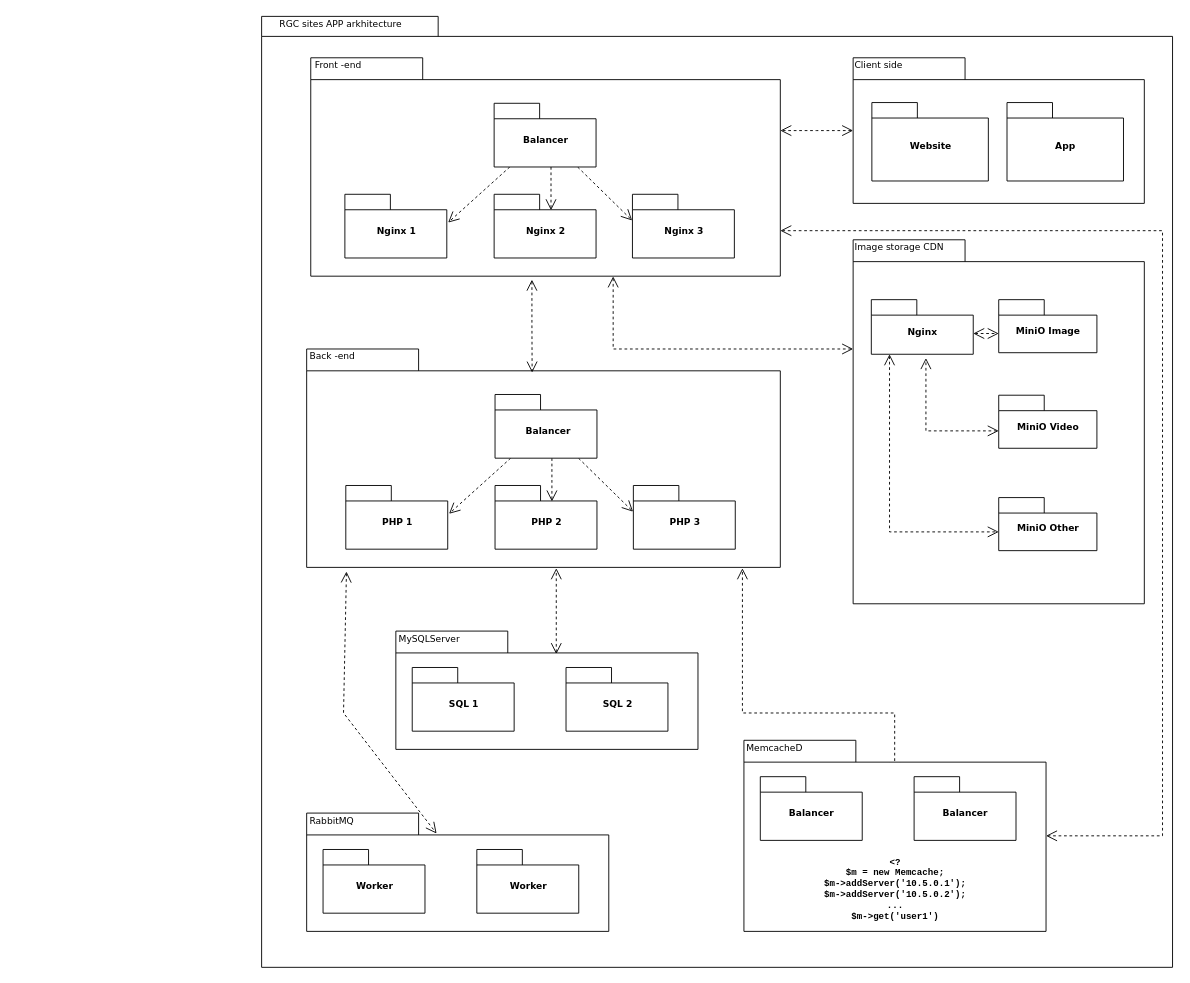
The draw.io diagram arkhitecture RGC sites system.drawio in xxipocima/TestPHPGenesis, before the edit. Source tidied: cells renumbered, new cells numbered last; positions are measured from the earlier drawing's top-left corner, leaving out a move shared by most shapes. Both pictures are drawn from the tidied source at 91%, with x=0, y=0 at pixel (261, 15).
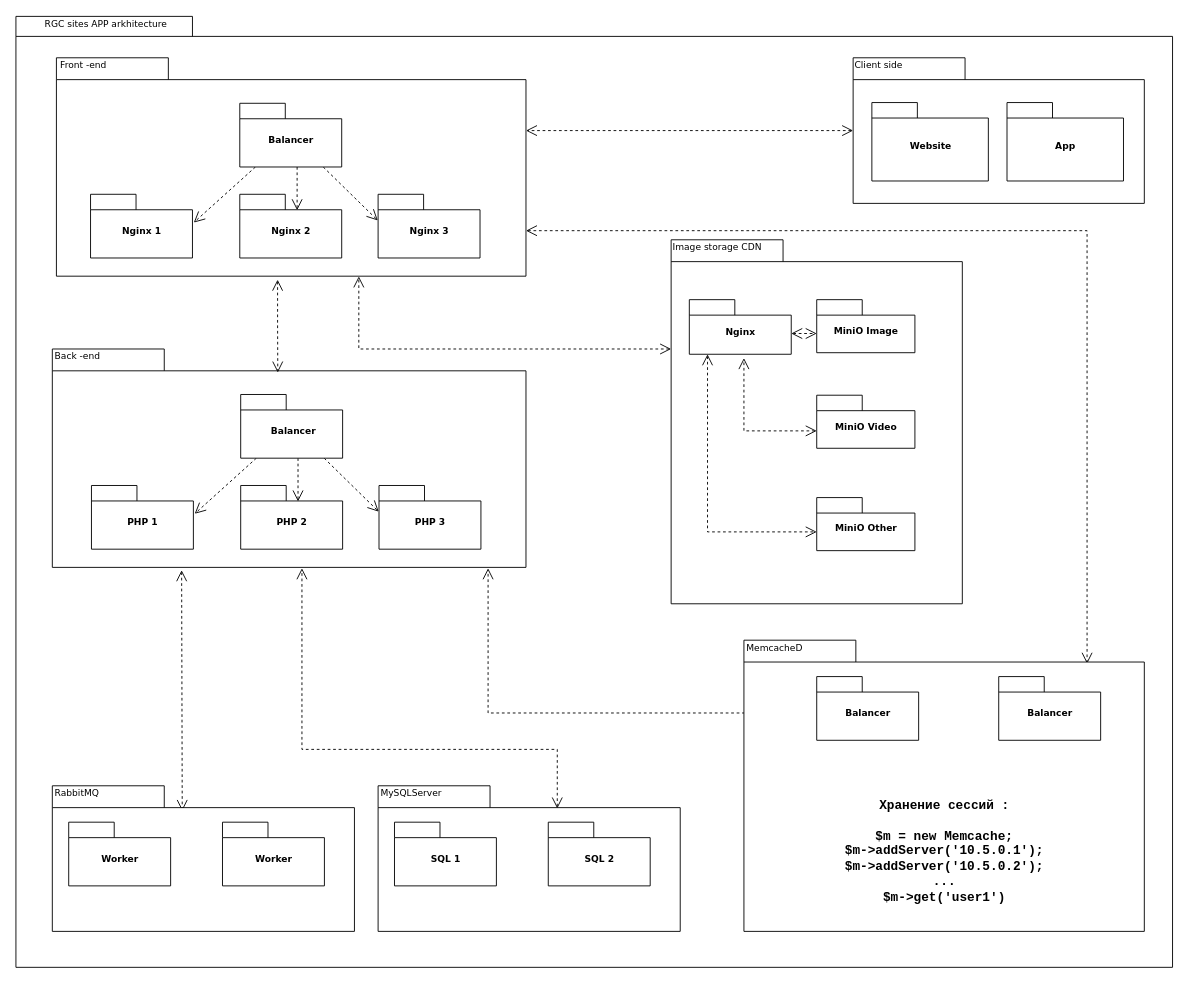
The same page after the edit.

Diff of the diagram source:
```diff
@@
     <mxCell id="2" style="shape=folder;fontStyle=1;spacingTop=10;tabWidth=194;tabHeight=22;tabPosition=left;html=1;rounded=0;shadow=0;comic=0;labelBackgroundColor=none;strokeWidth=1;fillColor=none;fontFamily=Verdana;fontSize=10;align=center;" parent="1" vertex="1">
-      <mxGeometry y="0.5" width="1001" height="1045" as="geometry" />
+      <mxGeometry x="-270" y="0.5" width="1271" height="1045" as="geometry" />
     </mxCell>
     <mxCell id="3" style="group;" parent="1" vertex="1">
-      <mxGeometry x="650" y="246" width="320" height="400" as="geometry" />
+      <mxGeometry x="450" y="246" width="320" height="400" as="geometry" />
     </mxCell>
@@
-    <mxCell id="14" style="edgeStyle=none;rounded=0;html=1;entryX=0.43;entryY=0.173;entryPerimeter=0;dashed=1;labelBackgroundColor=none;startFill=0;endArrow=open;endFill=0;endSize=10;fontFamily=Verdana;fontSize=10;exitX=0.084;exitY=1.019;exitDx=0;exitDy=0;exitPerimeter=0;startArrow=open;startSize=10;" parent="1" edge="1" source="15" target="23">
-      <mxGeometry relative="1" as="geometry">
-        <Array as="points">
-          <mxPoint x="90" y="766" />
-        </Array>
-      </mxGeometry>
+    <mxCell id="14" style="edgeStyle=none;rounded=0;html=1;entryX=0.43;entryY=0.173;entryPerimeter=0;dashed=1;labelBackgroundColor=none;startFill=0;endArrow=open;endFill=0;endSize=10;fontFamily=Verdana;fontSize=10;exitX=0.273;exitY=1.013;exitDx=0;exitDy=0;exitPerimeter=0;startArrow=open;startSize=10;" parent="1" edge="1" source="15" target="23">
+      <mxGeometry relative="1" as="geometry" />
     </mxCell>
     <mxCell id="15" style="shape=folder;fontStyle=1;spacingTop=10;tabWidth=123;tabHeight=24;tabPosition=left;html=1;rounded=0;shadow=0;comic=0;labelBackgroundColor=none;strokeColor=#000000;strokeWidth=1;fillColor=#ffffff;fontFamily=Verdana;fontSize=10;fontColor=#000000;align=center;" parent="1" vertex="1">
-      <mxGeometry x="49.5" y="366" width="520.5" height="240" as="geometry" />
+      <mxGeometry x="-230" y="366" width="520.5" height="240" as="geometry" />
     </mxCell>
@@
     <mxCell id="19" value="&lt;div&gt;&amp;nbsp;Balancer&lt;/div&gt;" style="shape=folder;fontStyle=1;spacingTop=10;tabWidth=50;tabHeight=17;tabPosition=left;html=1;rounded=0;shadow=0;comic=0;labelBackgroundColor=none;strokeColor=#000000;strokeWidth=1;fillColor=#ffffff;fontFamily=Verdana;fontSize=10;fontColor=#000000;align=center;" parent="1" vertex="1">
-      <mxGeometry x="256.5" y="416" width="112" height="70" as="geometry" />
+      <mxGeometry x="-23" y="416" width="112" height="70" as="geometry" />
     </mxCell>
     <mxCell id="20" value="PHP 1" style="shape=folder;fontStyle=1;spacingTop=10;tabWidth=50;tabHeight=17;tabPosition=left;html=1;rounded=0;shadow=0;comic=0;labelBackgroundColor=none;strokeColor=#000000;strokeWidth=1;fillColor=#ffffff;fontFamily=Verdana;fontSize=10;fontColor=#000000;align=center;" parent="1" vertex="1">
-      <mxGeometry x="92.5" y="516" width="112" height="70" as="geometry" />
+      <mxGeometry x="-187" y="516" width="112" height="70" as="geometry" />
     </mxCell>
     <mxCell id="21" value="PHP 2" style="shape=folder;fontStyle=1;spacingTop=10;tabWidth=50;tabHeight=17;tabPosition=left;html=1;rounded=0;shadow=0;comic=0;labelBackgroundColor=none;strokeColor=#000000;strokeWidth=1;fillColor=#ffffff;fontFamily=Verdana;fontSize=10;fontColor=#000000;align=center;" parent="1" vertex="1">
-      <mxGeometry x="256.5" y="516" width="112" height="70" as="geometry" />
+      <mxGeometry x="-23" y="516" width="112" height="70" as="geometry" />
     </mxCell>
     <mxCell id="22" value="PHP 3" style="shape=folder;fontStyle=1;spacingTop=10;tabWidth=50;tabHeight=17;tabPosition=left;html=1;rounded=0;shadow=0;comic=0;labelBackgroundColor=none;strokeColor=#000000;strokeWidth=1;fillColor=#ffffff;fontFamily=Verdana;fontSize=10;fontColor=#000000;align=center;" parent="1" vertex="1">
-      <mxGeometry x="408.5" y="516" width="112" height="70" as="geometry" />
+      <mxGeometry x="129" y="516" width="112" height="70" as="geometry" />
     </mxCell>
     <mxCell id="23" style="shape=folder;fontStyle=1;spacingTop=10;tabWidth=123;tabHeight=24;tabPosition=left;html=1;rounded=0;shadow=0;comic=0;labelBackgroundColor=none;strokeWidth=1;fontFamily=Verdana;fontSize=10;align=center;" parent="1" vertex="1">
-      <mxGeometry x="49.5" y="876" width="332" height="130" as="geometry" />
+      <mxGeometry x="-230" y="846" width="332" height="160" as="geometry" />
     </mxCell>
     <mxCell id="24" value="Worker" style="shape=folder;fontStyle=1;spacingTop=10;tabWidth=50;tabHeight=17;tabPosition=left;html=1;rounded=0;shadow=0;comic=0;labelBackgroundColor=none;strokeWidth=1;fontFamily=Verdana;fontSize=10;align=center;" parent="1" vertex="1">
-      <mxGeometry x="67.5" y="916" width="112" height="70" as="geometry" />
+      <mxGeometry x="-212" y="886" width="112" height="70" as="geometry" />
     </mxCell>
     <mxCell id="25" value="Worker" style="shape=folder;fontStyle=1;spacingTop=10;tabWidth=50;tabHeight=17;tabPosition=left;html=1;rounded=0;shadow=0;comic=0;labelBackgroundColor=none;strokeWidth=1;fontFamily=Verdana;fontSize=10;align=center;" parent="1" vertex="1">
-      <mxGeometry x="236.5" y="916" width="112" height="70" as="geometry" />
+      <mxGeometry x="-43" y="886" width="112" height="70" as="geometry" />
     </mxCell>
     <mxCell id="26" value="RGC sites APP arkhitecture" style="text;html=1;align=left;verticalAlign=top;spacingTop=-4;fontSize=10;fontFamily=Verdana;" parent="1" vertex="1">
-      <mxGeometry x="17.5" y="0.5" width="130" height="20" as="geometry" />
+      <mxGeometry x="-240" y="0.5" width="130" height="20" as="geometry" />
     </mxCell>
     <mxCell id="27" value="Back -end" style="text;html=1;align=left;verticalAlign=top;spacingTop=-4;fontSize=10;fontFamily=Verdana;" parent="1" vertex="1">
-      <mxGeometry x="50.5" y="366" width="120" height="25.5" as="geometry" />
+      <mxGeometry x="-229" y="366" width="120" height="25.5" as="geometry" />
     </mxCell>
@@
     <mxCell id="34" style="edgeStyle=elbowEdgeStyle;rounded=0;jettySize=auto;elbow=vertical;html=1;entryX=0.476;entryY=0.108;entryDx=0;entryDy=0;entryPerimeter=0;dashed=1;endArrow=open;endFill=0;endSize=10;startArrow=open;startFill=0;targetPerimeterSpacing=0;exitX=0.471;exitY=1.016;exitDx=0;exitDy=0;exitPerimeter=0;startSize=10;" parent="1" edge="1" source="36" target="15">
       <mxGeometry relative="1" as="geometry">
         <Array as="points">
-          <mxPoint x="312" y="339" />
+          <mxPoint x="32.5" y="339" />
         </Array>
       </mxGeometry>
     </mxCell>
-    <mxCell id="35" style="edgeStyle=elbowEdgeStyle;rounded=0;jumpSize=10;jettySize=auto;elbow=vertical;html=1;dashed=1;startArrow=open;startFill=0;startSize=10;endArrow=open;endFill=0;endSize=10;targetPerimeterSpacing=0;strokeWidth=1;" parent="1" edge="1" source="36" target="48">
+    <mxCell id="35" style="edgeStyle=elbowEdgeStyle;rounded=0;jumpSize=10;jettySize=auto;elbow=vertical;html=1;dashed=1;startArrow=open;startFill=0;startSize=10;endArrow=open;endFill=0;endSize=10;targetPerimeterSpacing=0;strokeWidth=1;entryX=0.857;entryY=0.081;entryDx=0;entryDy=0;entryPerimeter=0;" parent="1" edge="1" source="36" target="48">
       <mxGeometry relative="1" as="geometry">
         <Array as="points">
+          <mxPoint x="870" y="236" />
           <mxPoint x="990" y="236" />
           <mxPoint x="910" y="866" />
           <mxPoint x="990" y="516" />
           <mxPoint x="600" y="226" />
           <mxPoint x="740" y="676" />
           <mxPoint x="740" y="226" />
           <mxPoint x="570" y="256" />
           <mxPoint x="650" y="686" />
           <mxPoint x="600" y="206" />
           <mxPoint x="560" y="356" />
         </Array>
       </mxGeometry>
     </mxCell>
     <mxCell id="36" style="shape=folder;fontStyle=1;spacingTop=10;tabWidth=123;tabHeight=24;tabPosition=left;html=1;rounded=0;shadow=0;comic=0;labelBackgroundColor=none;strokeColor=#000000;strokeWidth=1;fillColor=#ffffff;fontFamily=Verdana;fontSize=10;fontColor=#000000;align=center;" parent="1" vertex="1">
-      <mxGeometry x="54" y="46" width="516" height="240" as="geometry" />
+      <mxGeometry x="-225.5" y="46" width="516" height="240" as="geometry" />
     </mxCell>
@@
     <mxCell id="40" value="&lt;div&gt;Balancer&lt;/div&gt;" style="shape=folder;fontStyle=1;spacingTop=10;tabWidth=50;tabHeight=17;tabPosition=left;html=1;rounded=0;shadow=0;comic=0;labelBackgroundColor=none;strokeColor=#000000;strokeWidth=1;fillColor=#ffffff;fontFamily=Verdana;fontSize=10;fontColor=#000000;align=center;" parent="1" vertex="1">
-      <mxGeometry x="255.5" y="96" width="112" height="70" as="geometry" />
+      <mxGeometry x="-24" y="96" width="112" height="70" as="geometry" />
     </mxCell>
     <mxCell id="41" value="Nginx 1" style="shape=folder;fontStyle=1;spacingTop=10;tabWidth=50;tabHeight=17;tabPosition=left;html=1;rounded=0;shadow=0;comic=0;labelBackgroundColor=none;strokeColor=#000000;strokeWidth=1;fillColor=#ffffff;fontFamily=Verdana;fontSize=10;fontColor=#000000;align=center;" parent="1" vertex="1">
-      <mxGeometry x="91.5" y="196" width="112" height="70" as="geometry" />
+      <mxGeometry x="-188" y="196" width="112" height="70" as="geometry" />
     </mxCell>
     <mxCell id="42" value="Nginx 2" style="shape=folder;fontStyle=1;spacingTop=10;tabWidth=50;tabHeight=17;tabPosition=left;html=1;rounded=0;shadow=0;comic=0;labelBackgroundColor=none;strokeColor=#000000;strokeWidth=1;fillColor=#ffffff;fontFamily=Verdana;fontSize=10;fontColor=#000000;align=center;" parent="1" vertex="1">
-      <mxGeometry x="255.5" y="196" width="112" height="70" as="geometry" />
+      <mxGeometry x="-24" y="196" width="112" height="70" as="geometry" />
     </mxCell>
     <mxCell id="43" value="Nginx 3" style="shape=folder;fontStyle=1;spacingTop=10;tabWidth=50;tabHeight=17;tabPosition=left;html=1;rounded=0;shadow=0;comic=0;labelBackgroundColor=none;strokeColor=#000000;strokeWidth=1;fillColor=#ffffff;fontFamily=Verdana;fontSize=10;fontColor=#000000;align=center;" parent="1" vertex="1">
-      <mxGeometry x="407.5" y="196" width="112" height="70" as="geometry" />
+      <mxGeometry x="128" y="196" width="112" height="70" as="geometry" />
     </mxCell>
     <mxCell id="44" value="Front -end" style="text;html=1;align=left;verticalAlign=top;spacingTop=-4;fontSize=10;fontFamily=Verdana;" parent="1" vertex="1">
-      <mxGeometry x="56.5" y="46" width="120" height="25.5" as="geometry" />
+      <mxGeometry x="-223" y="46" width="120" height="25.5" as="geometry" />
     </mxCell>
@@
     <mxCell id="46" value="RabbitMQ" style="text;html=1;align=left;verticalAlign=top;spacingTop=-4;fontSize=10;fontFamily=Verdana;" parent="1" vertex="1">
-      <mxGeometry x="50.5" y="876" width="120" height="25.5" as="geometry" />
+      <mxGeometry x="-229" y="846" width="120" height="25.5" as="geometry" />
     </mxCell>
@@
-    <mxCell id="48" value="&lt;pre&gt;&lt;code&gt;&lt;br&gt;&lt;br&gt;&lt;br&gt;&lt;br&gt;&lt;br&gt;&lt;br&gt;&lt;br&gt;&lt;br&gt;&lt;br&gt;&amp;lt;?&lt;br/&gt;$m = new Memcache;&lt;br/&gt;$m-&amp;gt;addServer(&lt;b&gt;'10.5.0.1'&lt;/b&gt;);&lt;br/&gt;$m-&amp;gt;addServer(&lt;b&gt;'10.5.0.2'&lt;/b&gt;);&lt;br/&gt;...&lt;br/&gt;$m-&amp;gt;get('user1')&lt;/code&gt;&lt;/pre&gt;" style="shape=folder;fontStyle=1;spacingTop=10;tabWidth=123;tabHeight=24;tabPosition=left;html=1;rounded=0;shadow=0;comic=0;labelBackgroundColor=none;strokeWidth=1;fontFamily=Verdana;fontSize=10;align=center;" parent="1" vertex="1">
-      <mxGeometry x="530" y="796" width="332" height="210" as="geometry" />
+    <mxCell id="48" value="&lt;pre style=&quot;font-size: 14px&quot;&gt;&lt;code&gt;&lt;br&gt;&lt;br&gt;&lt;br&gt;&lt;br&gt;&lt;br&gt;&lt;br&gt;&lt;br&gt;&lt;br&gt;Хранение сессий :&lt;br&gt;&lt;br&gt;$m = new Memcache;&lt;br&gt;$m-&amp;gt;addServer(&lt;b&gt;'10.5.0.1'&lt;/b&gt;);&lt;br&gt;$m-&amp;gt;addServer(&lt;b&gt;'10.5.0.2'&lt;/b&gt;);&lt;br&gt;...&lt;br&gt;$m-&amp;gt;get('user1')&lt;/code&gt;&lt;/pre&gt;" style="shape=folder;fontStyle=1;spacingTop=10;tabWidth=123;tabHeight=24;tabPosition=left;html=1;rounded=0;shadow=0;comic=0;labelBackgroundColor=none;strokeWidth=1;fontFamily=Verdana;fontSize=10;align=center;" parent="1" vertex="1">
+      <mxGeometry x="530" y="686" width="440" height="320" as="geometry" />
     </mxCell>
     <mxCell id="49" value="Balancer" style="shape=folder;fontStyle=1;spacingTop=10;tabWidth=50;tabHeight=17;tabPosition=left;html=1;rounded=0;shadow=0;comic=0;labelBackgroundColor=none;strokeWidth=1;fontFamily=Verdana;fontSize=10;align=center;" parent="1" vertex="1">
-      <mxGeometry x="548" y="836" width="112" height="70" as="geometry" />
+      <mxGeometry x="610" y="726" width="112" height="70" as="geometry" />
     </mxCell>
     <mxCell id="50" value="Balancer" style="shape=folder;fontStyle=1;spacingTop=10;tabWidth=50;tabHeight=17;tabPosition=left;html=1;rounded=0;shadow=0;comic=0;labelBackgroundColor=none;strokeWidth=1;fontFamily=Verdana;fontSize=10;align=center;" parent="1" vertex="1">
-      <mxGeometry x="717" y="836" width="112" height="70" as="geometry" />
+      <mxGeometry x="810" y="726" width="112" height="70" as="geometry" />
     </mxCell>
     <mxCell id="51" value="MemcacheD" style="text;html=1;align=left;verticalAlign=top;spacingTop=-4;fontSize=10;fontFamily=Verdana;" parent="1" vertex="1">
-      <mxGeometry x="531" y="796" width="120" height="25.5" as="geometry" />
+      <mxGeometry x="531" y="686" width="120" height="25.5" as="geometry" />
     </mxCell>
-    <mxCell id="52" style="edgeStyle=elbowEdgeStyle;rounded=0;jumpSize=10;jettySize=auto;elbow=vertical;html=1;entryX=0.527;entryY=1.004;entryDx=0;entryDy=0;entryPerimeter=0;dashed=1;startArrow=open;startFill=0;startSize=10;endArrow=open;endFill=0;endSize=10;targetPerimeterSpacing=0;strokeWidth=1;exitX=0.531;exitY=0.195;exitDx=0;exitDy=0;exitPerimeter=0;" parent="1" edge="1" source="53" target="15">
+    <mxCell id="52" style="edgeStyle=elbowEdgeStyle;rounded=0;jumpSize=10;jettySize=auto;elbow=vertical;html=1;entryX=0.527;entryY=1.004;entryDx=0;entryDy=0;entryPerimeter=0;dashed=1;startArrow=open;startFill=0;startSize=10;endArrow=open;endFill=0;endSize=10;targetPerimeterSpacing=0;strokeWidth=1;exitX=0.593;exitY=0.156;exitDx=0;exitDy=0;exitPerimeter=0;" parent="1" edge="1" source="53" target="15">
       <mxGeometry relative="1" as="geometry">
         <Array as="points">
+          <mxPoint x="70" y="806" />
+          <mxPoint x="304" y="836" />
           <mxPoint x="330" y="646" />
         </Array>
       </mxGeometry>
     </mxCell>
     <mxCell id="53" style="shape=folder;fontStyle=1;spacingTop=10;tabWidth=123;tabHeight=24;tabPosition=left;html=1;rounded=0;shadow=0;comic=0;labelBackgroundColor=none;strokeWidth=1;fontFamily=Verdana;fontSize=10;align=center;" parent="1" vertex="1">
-      <mxGeometry x="147.5" y="676" width="332" height="130" as="geometry" />
+      <mxGeometry x="128" y="846" width="332" height="160" as="geometry" />
     </mxCell>
     <mxCell id="54" value="SQL 1" style="shape=folder;fontStyle=1;spacingTop=10;tabWidth=50;tabHeight=17;tabPosition=left;html=1;rounded=0;shadow=0;comic=0;labelBackgroundColor=none;strokeWidth=1;fontFamily=Verdana;fontSize=10;align=center;" parent="1" vertex="1">
-      <mxGeometry x="165.5" y="716" width="112" height="70" as="geometry" />
+      <mxGeometry x="146" y="886" width="112" height="70" as="geometry" />
     </mxCell>
     <mxCell id="55" value="SQL 2" style="shape=folder;fontStyle=1;spacingTop=10;tabWidth=50;tabHeight=17;tabPosition=left;html=1;rounded=0;shadow=0;comic=0;labelBackgroundColor=none;strokeWidth=1;fontFamily=Verdana;fontSize=10;align=center;" parent="1" vertex="1">
-      <mxGeometry x="334.5" y="716" width="112" height="70" as="geometry" />
+      <mxGeometry x="315" y="886" width="112" height="70" as="geometry" />
     </mxCell>
     <mxCell id="56" value="MySQLServer" style="text;html=1;align=left;verticalAlign=top;spacingTop=-4;fontSize=10;fontFamily=Verdana;" parent="1" vertex="1">
-      <mxGeometry x="148.5" y="676" width="120" height="25.5" as="geometry" />
+      <mxGeometry x="129" y="846" width="120" height="25.5" as="geometry" />
     </mxCell>
```
